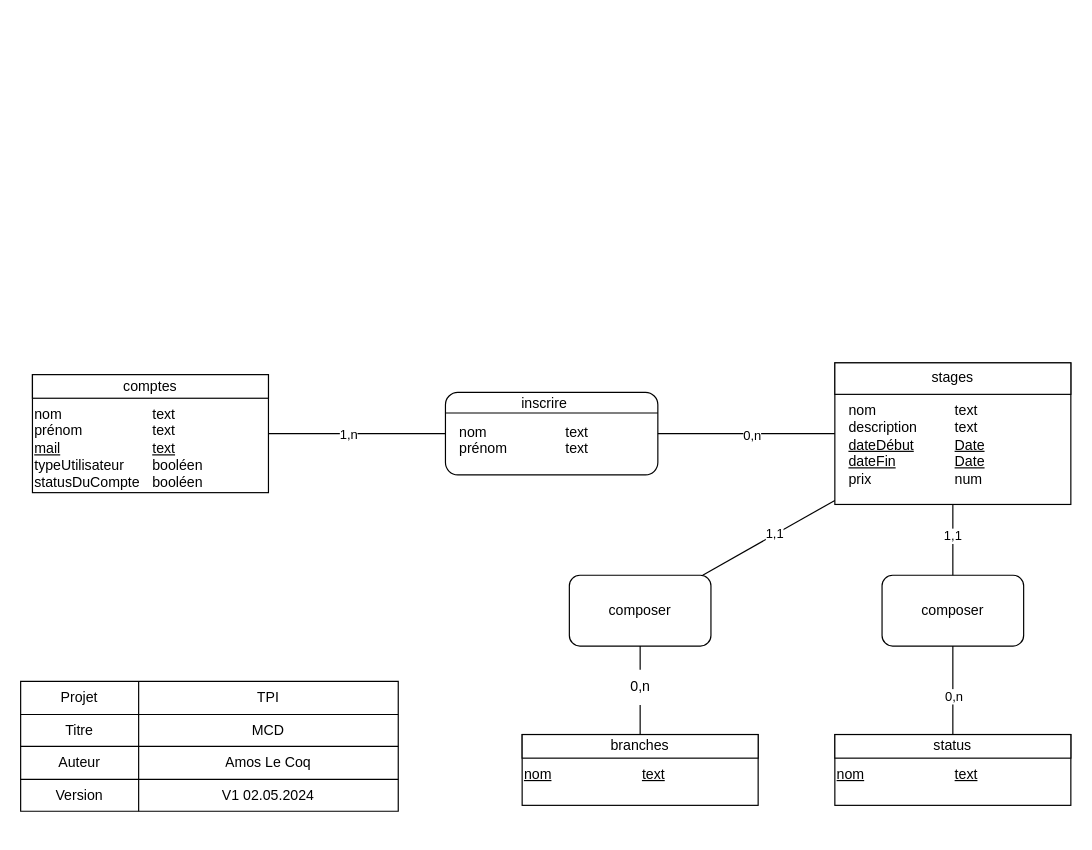
Earlier version of the draw.io diagram Documentation/MCD/MCD.drawio (AmosLeCoq/TPI). Source tidied: cells renumbered, new cells numbered last; positions are measured from the earlier drawing's top-left corner, leaving out a move shared by most shapes. Both pictures are drawn from the tidied source at 118%, with x=0, y=0 at pixel (20, 362).
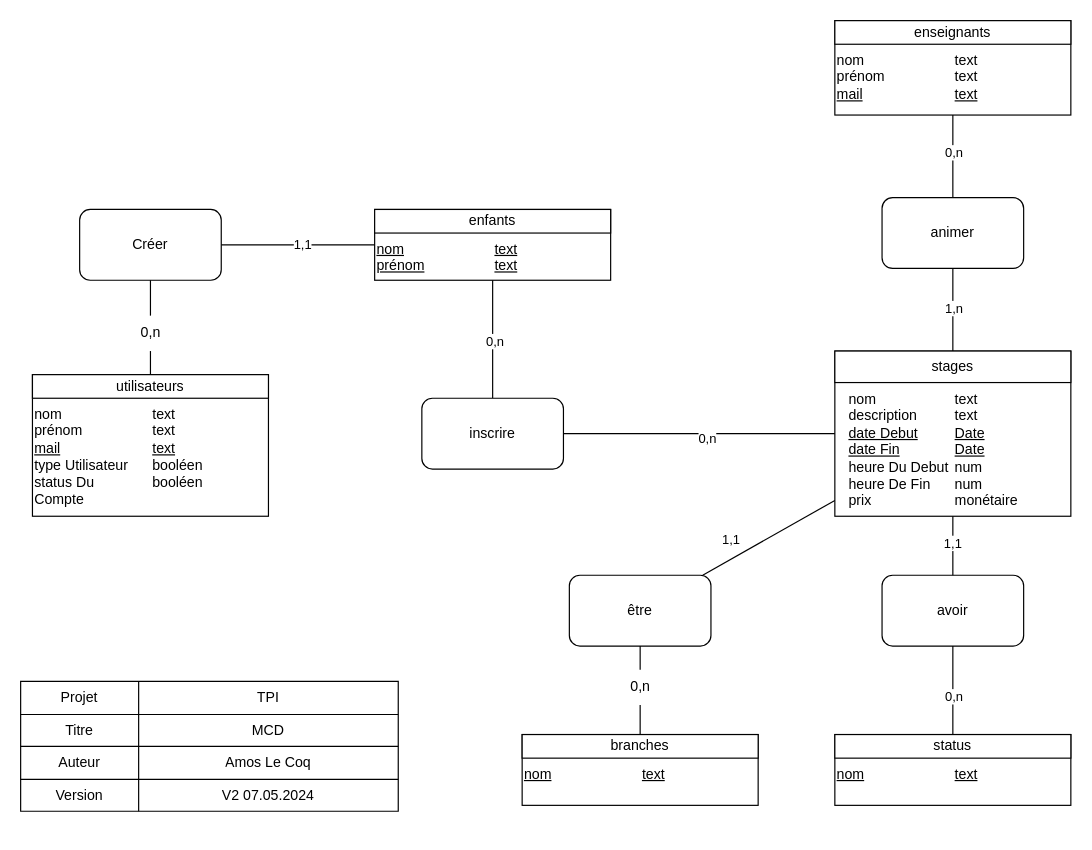
After the change.

Unchanged cells that the change refers to:
```xml
<mxCell id="8" value="stages" style="rounded=0;whiteSpace=wrap;html=1;" parent="6" vertex="1">
  <mxGeometry width="200" height="26.7" as="geometry" />
</mxCell>
<mxCell id="30" style="shape=partialRectangle;html=1;whiteSpace=wrap;fillColor=none;top=0;left=0;bottom=0;right=0;" parent="20" vertex="1">
  <mxGeometry y="83" width="320" height="27" as="geometry" />
</mxCell>
<mxCell id="42" style="endArrow=none;html=1;rounded=0;" parent="1" edge="1" source="7" target="44">
  <mxGeometry relative="1" as="geometry" />
</mxCell>
```

Change to the diagram source:
```diff
@@
     <mxCell id="2" value="&lt;div style=&quot;box-sizing: border-box ; width: 100% ; padding: 2px&quot;&gt;&lt;br&gt;&lt;/div&gt;" style="verticalAlign=top;align=center;overflow=fill;html=1;rounded=0;shadow=0;comic=0;labelBackgroundColor=none;strokeColor=#000000;strokeWidth=1;fillColor=#ffffff;fontFamily=Verdana;fontSize=12;fontColor=#000000;" parent="1" vertex="1">
-      <mxGeometry x="10" y="10" width="200" height="100" as="geometry" />
+      <mxGeometry x="10" y="10" width="200" height="120" as="geometry" />
     </mxCell>
-    <mxCell id="3" value="comptes" style="rounded=0;whiteSpace=wrap;html=1;" parent="1" vertex="1">
+    <mxCell id="3" value="utilisateurs" style="rounded=0;whiteSpace=wrap;html=1;" parent="1" vertex="1">
       <mxGeometry x="10" y="10" width="200" height="20" as="geometry" />
     </mxCell>
-    <mxCell id="4" value="nom&lt;br&gt;prénom&lt;br&gt;&lt;u&gt;mail&lt;/u&gt;&lt;br&gt;typeUtilisateur&lt;br&gt;statusDuCompte" style="text;html=1;strokeColor=none;fillColor=none;align=left;verticalAlign=top;whiteSpace=wrap;rounded=0;" parent="1" vertex="1">
+    <mxCell id="4" value="nom&lt;br&gt;prénom&lt;br&gt;&lt;u&gt;mail&lt;/u&gt;&lt;br&gt;type Utilisateur&lt;br&gt;status Du Compte" style="text;html=1;strokeColor=none;fillColor=none;align=left;verticalAlign=top;whiteSpace=wrap;rounded=0;" parent="1" vertex="1">
       <mxGeometry x="10" y="30" width="90" height="60" as="geometry" />
     </mxCell>
@@
     <mxCell id="6" style="group;" parent="1" vertex="1">
-      <mxGeometry x="690" width="200" height="120" as="geometry" />
+      <mxGeometry x="690" y="-10" width="200" height="140" as="geometry" />
     </mxCell>
     <mxCell id="7" value="&lt;div style=&quot;box-sizing: border-box ; width: 100% ; padding: 2px&quot;&gt;&lt;br&gt;&lt;/div&gt;" style="verticalAlign=top;align=center;overflow=fill;html=1;rounded=0;shadow=0;comic=0;labelBackgroundColor=none;strokeColor=#000000;strokeWidth=1;fillColor=#ffffff;fontFamily=Verdana;fontSize=12;fontColor=#000000;" parent="6" vertex="1">
-      <mxGeometry width="200" height="120" as="geometry" />
+      <mxGeometry width="200" height="140" as="geometry" />
     </mxCell>
@@
-    <mxCell id="9" value="nom&lt;br&gt;description&lt;br&gt;&lt;u&gt;dateDébut&lt;/u&gt;&lt;br&gt;&lt;u&gt;dateFin&lt;/u&gt;&lt;br&gt;prix" style="text;html=1;strokeColor=none;fillColor=none;align=left;verticalAlign=top;whiteSpace=wrap;rounded=0;" parent="6" vertex="1">
+    <mxCell id="9" value="nom&lt;br&gt;description&lt;br&gt;&lt;u&gt;date Debut&lt;/u&gt;&lt;br&gt;&lt;u&gt;date Fin&lt;br&gt;&lt;/u&gt;heure Du Debut&lt;br&gt;heure De Fin&lt;br&gt;prix" style="text;html=1;strokeColor=none;fillColor=none;align=left;verticalAlign=top;whiteSpace=wrap;rounded=0;" parent="6" vertex="1">
       <mxGeometry x="10" y="26.7" width="90" height="26.7" as="geometry" />
     </mxCell>
-    <mxCell id="10" value="text&lt;br&gt;text&lt;br&gt;&lt;u&gt;Date&lt;/u&gt;&lt;br&gt;&lt;u&gt;Date&lt;/u&gt;&lt;br&gt;num" style="text;html=1;strokeColor=none;fillColor=none;align=left;verticalAlign=top;whiteSpace=wrap;rounded=0;" parent="6" vertex="1">
+    <mxCell id="10" value="text&lt;br&gt;text&lt;br&gt;&lt;u&gt;Date&lt;/u&gt;&lt;br&gt;&lt;u&gt;Date&lt;br&gt;&lt;/u&gt;num&lt;br&gt;num&lt;br&gt;monétaire" style="text;html=1;strokeColor=none;fillColor=none;align=left;verticalAlign=top;whiteSpace=wrap;rounded=0;" parent="6" vertex="1">
       <mxGeometry x="100" y="26.7" width="100" height="26.7" as="geometry" />
     </mxCell>
-    <mxCell id="11" value="&lt;div style=&quot;box-sizing: border-box ; width: 100% ; padding: 2px&quot;&gt;&lt;br&gt;&lt;/div&gt;" style="verticalAlign=top;align=center;overflow=fill;html=1;rounded=1;shadow=0;comic=0;labelBackgroundColor=none;strokeColor=#000000;strokeWidth=1;fillColor=#ffffff;fontFamily=Verdana;fontSize=12;fontColor=#000000;" parent="1" vertex="1">
-      <mxGeometry x="360" y="25" width="180" height="70" as="geometry" />
-    </mxCell>
-    <mxCell id="12" value="nom&lt;br&gt;prénom" style="text;html=1;strokeColor=none;fillColor=none;align=left;verticalAlign=top;whiteSpace=wrap;rounded=0;" parent="1" vertex="1">
-      <mxGeometry x="370" y="45" width="90" height="20" as="geometry" />
-    </mxCell>
-    <mxCell id="13" style="endArrow=none;html=1;entryX=1;entryY=0.25;entryDx=0;entryDy=0;exitX=0;exitY=0.25;exitDx=0;exitDy=0;" parent="1" edge="1" source="11" target="11">
-      <mxGeometry relative="1" as="geometry" />
-    </mxCell>
-    <mxCell id="14" value="inscrire" style="text;html=1;strokeColor=none;fillColor=none;align=center;verticalAlign=middle;whiteSpace=wrap;rounded=0;" parent="1" vertex="1">
-      <mxGeometry x="384" y="25" width="120" height="20" as="geometry" />
-    </mxCell>
-    <mxCell id="15" value="text&lt;br&gt;text" style="text;html=1;strokeColor=none;fillColor=none;align=left;verticalAlign=top;whiteSpace=wrap;rounded=0;" parent="1" vertex="1">
-      <mxGeometry x="460" y="45" width="90" height="20" as="geometry" />
-    </mxCell>
-    <mxCell id="16" style="endArrow=none;html=1;rounded=0;" parent="1" edge="1">
-      <mxGeometry relative="1" as="geometry">
-        <mxPoint x="210" y="60" as="sourcePoint" />
-        <mxPoint x="360" y="60" as="targetPoint" />
-      </mxGeometry>
-    </mxCell>
-    <mxCell id="17" value="1,n" style="edgeLabel;html=1;align=center;verticalAlign=middle;fontColor=#000000;" parent="16" vertex="1">
-      <mxGeometry x="-0.11" y="1" relative="1" as="geometry">
-        <mxPoint y="1" as="offset" />
-      </mxGeometry>
-    </mxCell>
-    <mxCell id="18" style="endArrow=none;html=1;rounded=0;" parent="1" edge="1" source="11" target="7">
-      <mxGeometry relative="1" as="geometry" />
-    </mxCell>
-    <mxCell id="19" value="0,n" style="edgeLabel;html=1;align=center;verticalAlign=middle;" parent="18" vertex="1">
-      <mxGeometry x="0.05" y="-1" relative="1" as="geometry" />
-    </mxCell>
@@
-    <mxCell id="32" value="V1&amp;nbsp;02.05.2024" style="shape=partialRectangle;html=1;whiteSpace=wrap;overflow=hidden;fillColor=none;top=0;left=0;bottom=0;right=0;" parent="30" vertex="1">
+    <mxCell id="32" value="V2 07.05.2024" style="shape=partialRectangle;html=1;whiteSpace=wrap;overflow=hidden;fillColor=none;top=0;left=0;bottom=0;right=0;" parent="30" vertex="1">
       <mxGeometry x="100" width="220" height="27" as="geometry" />
     </mxCell>
@@
     <mxCell id="43" value="1,1" style="edgeLabel;html=1;align=center;verticalAlign=middle;" parent="42" vertex="1">
-      <mxGeometry x="-0.09" y="-1" relative="1" as="geometry" />
+      <mxGeometry x="-0.09" y="-1" relative="1" as="geometry">
+        <mxPoint x="-37" y="5" as="offset" />
+      </mxGeometry>
     </mxCell>
-    <mxCell id="44" value="composer" style="rounded=1;whiteSpace=wrap;html=1;" parent="1" vertex="1">
+    <mxCell id="44" value="être" style="rounded=1;whiteSpace=wrap;html=1;" parent="1" vertex="1">
       <mxGeometry x="465" y="180" width="120" height="60" as="geometry" />
     </mxCell>
@@
-    <mxCell id="47" value="composer" style="rounded=1;whiteSpace=wrap;html=1;" parent="1" vertex="1">
+    <mxCell id="47" value="avoir" style="rounded=1;whiteSpace=wrap;html=1;" parent="1" vertex="1">
       <mxGeometry x="730" y="180" width="120" height="60" as="geometry" />
     </mxCell>
@@
+    <mxCell id="52" value="&lt;div style=&quot;box-sizing: border-box ; width: 100% ; padding: 2px&quot;&gt;&lt;br&gt;&lt;/div&gt;" style="verticalAlign=top;align=center;overflow=fill;html=1;rounded=0;shadow=0;comic=0;labelBackgroundColor=none;strokeColor=#000000;strokeWidth=1;fillColor=#ffffff;fontFamily=Verdana;fontSize=12;fontColor=#000000;" parent="1" vertex="1">
+      <mxGeometry x="690" y="-290" width="200" height="80" as="geometry" />
+    </mxCell>
+    <mxCell id="53" value="enseignants" style="rounded=0;whiteSpace=wrap;html=1;" parent="1" vertex="1">
+      <mxGeometry x="690" y="-290" width="200" height="20" as="geometry" />
+    </mxCell>
+    <mxCell id="54" value="nom&lt;br&gt;prénom&lt;br&gt;&lt;u&gt;mail&lt;/u&gt;" style="text;html=1;strokeColor=none;fillColor=none;align=left;verticalAlign=top;whiteSpace=wrap;rounded=0;" parent="1" vertex="1">
+      <mxGeometry x="690" y="-270" width="90" height="50" as="geometry" />
+    </mxCell>
+    <mxCell id="55" value="text&lt;br&gt;text&lt;br&gt;&lt;u&gt;text&lt;/u&gt;" style="text;html=1;strokeColor=none;fillColor=none;align=left;verticalAlign=top;whiteSpace=wrap;rounded=0;" parent="1" vertex="1">
+      <mxGeometry x="790" y="-270" width="100" height="50" as="geometry" />
+    </mxCell>
+    <mxCell id="56" value="animer" style="rounded=1;whiteSpace=wrap;html=1;" parent="1" vertex="1">
+      <mxGeometry x="730" y="-140" width="120" height="60" as="geometry" />
+    </mxCell>
+    <mxCell id="57" style="endArrow=none;html=1;rounded=0;entryX=0.5;entryY=1;entryDx=0;entryDy=0;exitX=0.5;exitY=0;exitDx=0;exitDy=0;" parent="1" edge="1" source="56" target="52">
+      <mxGeometry relative="1" as="geometry" />
+    </mxCell>
+    <mxCell id="58" value="0,n" style="edgeLabel;html=1;align=center;verticalAlign=middle;" parent="57" vertex="1">
+      <mxGeometry x="0.11" relative="1" as="geometry" />
+    </mxCell>
+    <mxCell id="59" value="&lt;br&gt;" style="edgeLabel;html=1;align=center;verticalAlign=middle;" parent="57" vertex="1">
+      <mxGeometry x="0.14" y="5" relative="1" as="geometry" />
+    </mxCell>
+    <mxCell id="60" style="endArrow=none;html=1;rounded=0;entryX=0.5;entryY=0;entryDx=0;entryDy=0;exitX=0.5;exitY=1;exitDx=0;exitDy=0;" parent="1" edge="1" source="56" target="8">
+      <mxGeometry relative="1" as="geometry" />
+    </mxCell>
+    <mxCell id="17" value="1,n" style="edgeLabel;html=1;align=center;verticalAlign=middle;" parent="60" vertex="1">
+      <mxGeometry x="-0.05" relative="1" as="geometry" />
+    </mxCell>
+    <mxCell id="61" value="&lt;div style=&quot;box-sizing: border-box ; width: 100% ; padding: 2px&quot;&gt;&lt;br&gt;&lt;/div&gt;" style="verticalAlign=top;align=center;overflow=fill;html=1;rounded=0;shadow=0;comic=0;labelBackgroundColor=none;strokeColor=#000000;strokeWidth=1;fillColor=#ffffff;fontFamily=Verdana;fontSize=12;fontColor=#000000;" parent="1" vertex="1">
+      <mxGeometry x="300" y="-130" width="200" height="60" as="geometry" />
+    </mxCell>
+    <mxCell id="62" value="enfants" style="rounded=0;whiteSpace=wrap;html=1;" parent="1" vertex="1">
+      <mxGeometry x="300" y="-130" width="200" height="20" as="geometry" />
+    </mxCell>
+    <mxCell id="12" value="&lt;u&gt;nom&lt;br&gt;prénom&lt;/u&gt;" style="text;html=1;strokeColor=none;fillColor=none;align=left;verticalAlign=top;whiteSpace=wrap;rounded=0;" parent="1" vertex="1">
+      <mxGeometry x="300" y="-110" width="90" height="30" as="geometry" />
+    </mxCell>
+    <mxCell id="15" value="&lt;u&gt;text&lt;br&gt;text&lt;/u&gt;" style="text;html=1;strokeColor=none;fillColor=none;align=left;verticalAlign=top;whiteSpace=wrap;rounded=0;" parent="1" vertex="1">
+      <mxGeometry x="400" y="-110" width="100" height="30" as="geometry" />
+    </mxCell>
+    <mxCell id="63" value="Créer" style="rounded=1;whiteSpace=wrap;html=1;" parent="1" vertex="1">
+      <mxGeometry x="50" y="-130" width="120" height="60" as="geometry" />
+    </mxCell>
+    <mxCell id="64" style="endArrow=none;html=1;rounded=0;entryX=0.5;entryY=0;entryDx=0;entryDy=0;exitX=0.5;exitY=1;exitDx=0;exitDy=0;" parent="1" edge="1" source="68" target="3">
+      <mxGeometry relative="1" as="geometry" />
+    </mxCell>
+    <mxCell id="65" style="endArrow=none;html=1;rounded=0;exitX=1;exitY=0.5;exitDx=0;exitDy=0;" parent="1" edge="1" source="63">
+      <mxGeometry relative="1" as="geometry">
+        <mxPoint x="300" y="-100" as="targetPoint" />
+      </mxGeometry>
+    </mxCell>
+    <mxCell id="66" value="1,1" style="edgeLabel;html=1;align=center;verticalAlign=middle;" parent="65" vertex="1">
+      <mxGeometry x="0.05" y="1" relative="1" as="geometry" />
+    </mxCell>
+    <mxCell id="67" style="endArrow=none;html=1;rounded=0;entryX=0.5;entryY=0;entryDx=0;entryDy=0;exitX=0.5;exitY=1;exitDx=0;exitDy=0;" parent="1" edge="1" source="63" target="68">
+      <mxGeometry relative="1" as="geometry" />
+    </mxCell>
+    <mxCell id="68" value="0,n" style="text;html=1;align=center;verticalAlign=middle;points=[];strokeColor=none;fillColor=none;" parent="1" vertex="1">
+      <mxGeometry x="90" y="-40" width="40" height="30" as="geometry" />
+    </mxCell>
+    <mxCell id="69" style="endArrow=none;html=1;rounded=0;entryX=0.5;entryY=1;entryDx=0;entryDy=0;" parent="1" edge="1" source="14" target="61">
+      <mxGeometry relative="1" as="geometry" />
+    </mxCell>
+    <mxCell id="70" value="0,n" style="edgeLabel;html=1;align=center;verticalAlign=middle;" parent="69" vertex="1">
+      <mxGeometry x="-0.02" y="-1" relative="1" as="geometry" />
+    </mxCell>
+    <mxCell id="71" style="endArrow=none;html=1;rounded=0;entryX=0;entryY=0.5;entryDx=0;entryDy=0;" parent="1" edge="1" source="14" target="7">
+      <mxGeometry relative="1" as="geometry" />
+    </mxCell>
+    <mxCell id="72" value="0,n" style="edgeLabel;html=1;align=center;verticalAlign=middle;" parent="71" vertex="1">
+      <mxGeometry x="0.05" y="-3" relative="1" as="geometry" />
+    </mxCell>
+    <mxCell id="14" value="inscrire" style="rounded=1;whiteSpace=wrap;html=1;" parent="1" vertex="1">
+      <mxGeometry x="340" y="30" width="120" height="60" as="geometry" />
+    </mxCell>
```
